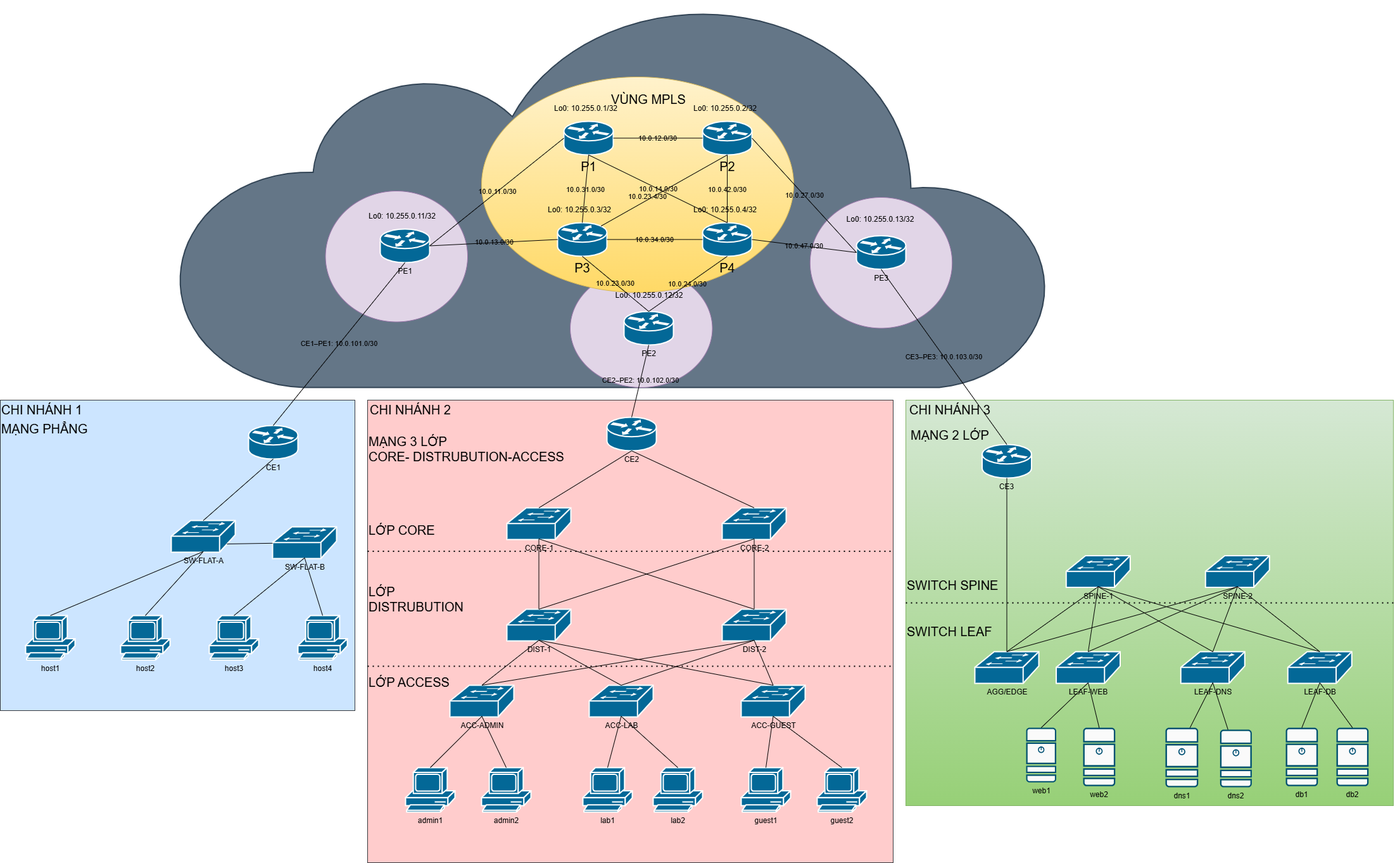
The draw.io diagram image/LOGIC.drawio.png in voanhkhoa2507/52300211_TKM_Final_Report, before a commit. Source tidied: cells renumbered, new cells last; positions are measured from the earlier drawing's top-left corner, leaving out a move shared by most shapes.
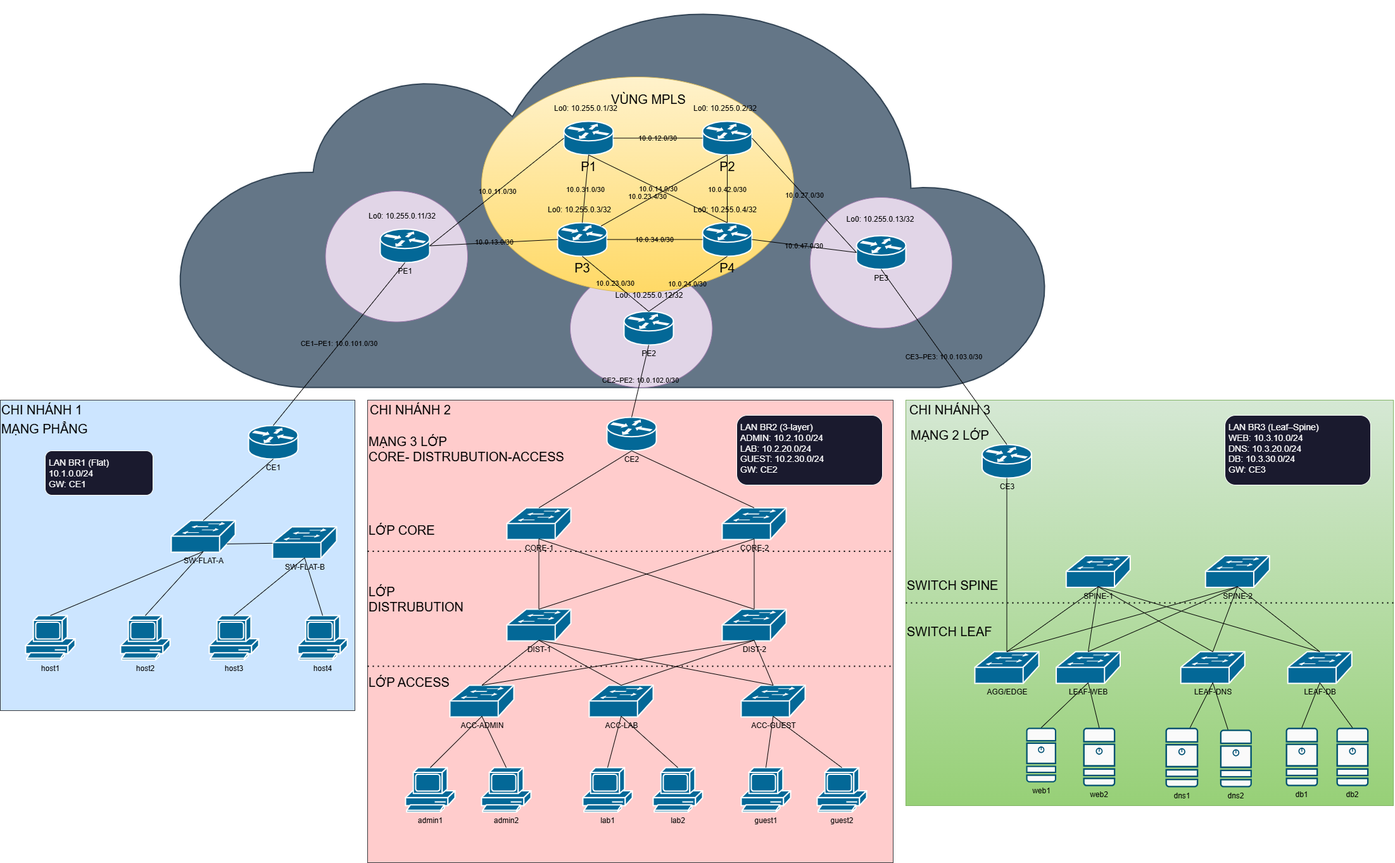
Above is the later version.

What changed in the source:
```diff
@@ -257,12 +257,21 @@
     <mxCell id="86" value="&lt;font style=&quot;font-size: 20px;&quot;&gt;MẠNG PHẲNG&lt;/font&gt;" style="text;html=1;whiteSpace=wrap;strokeColor=none;fillColor=none;align=center;verticalAlign=middle;rounded=0;" parent="1" vertex="1">
       <mxGeometry y="660" width="140" height="30" as="geometry" />
     </mxCell>
+    <mxCell id="127" value="LAN BR1 (Flat)&#10;10.1.0.0/24&#10;GW: CE1" style="rounded=1;whiteSpace=wrap;html=1;fillColor=#1a1a2e;strokeColor=#ffffff;fontColor=#ffffff;align=left;verticalAlign=top;spacing=6;fontSize=14;" parent="1" vertex="1">
+      <mxGeometry x="71" y="710" width="170" height="70" as="geometry" />
+    </mxCell>
     <mxCell id="87" value="&lt;font style=&quot;font-size: 20px;&quot;&gt;MẠNG 3 LỚP&lt;/font&gt;&lt;div&gt;&lt;font style=&quot;font-size: 20px;&quot;&gt;CORE- DISTRUBUTION-ACCESS&lt;/font&gt;&lt;/div&gt;" style="text;html=1;whiteSpace=wrap;strokeColor=none;fillColor=none;align=left;verticalAlign=middle;rounded=0;" parent="1" vertex="1">
       <mxGeometry x="580" y="691.5" width="320" height="30" as="geometry" />
     </mxCell>
+    <mxCell id="128" value="LAN BR2 (3-layer)&#10;ADMIN: 10.2.10.0/24&#10;LAB: 10.2.20.0/24&#10;GUEST: 10.2.30.0/24&#10;GW: CE2" style="rounded=1;whiteSpace=wrap;html=1;fillColor=#1a1a2e;strokeColor=#ffffff;fontColor=#ffffff;align=left;verticalAlign=top;spacing=6;fontSize=14;" parent="1" vertex="1">
+      <mxGeometry x="1163" y="654" width="230" height="110" as="geometry" />
+    </mxCell>
     <mxCell id="88" value="&lt;font style=&quot;font-size: 20px;&quot;&gt;MẠNG 2 LỚP&lt;/font&gt;" style="text;html=1;whiteSpace=wrap;strokeColor=none;fillColor=none;align=center;verticalAlign=middle;rounded=0;" parent="1" vertex="1">
       <mxGeometry x="1430" y="670" width="140" height="30" as="geometry" />
     </mxCell>
+    <mxCell id="129" value="LAN BR3 (Leaf–Spine)&#10;WEB: 10.3.10.0/24&#10;DNS: 10.3.20.0/24&#10;DB: 10.3.30.0/24&#10;GW: CE3" style="rounded=1;whiteSpace=wrap;html=1;fillColor=#1a1a2e;strokeColor=#ffffff;fontColor=#ffffff;align=left;verticalAlign=top;spacing=6;fontSize=14;" parent="1" vertex="1">
+      <mxGeometry x="1934" y="654" width="230" height="110" as="geometry" />
+    </mxCell>
     <mxCell id="89" style="endArrow=none;dashed=1;html=1;dashPattern=1 3;strokeWidth=2;rounded=0;" parent="1" edge="1">
       <mxGeometry relative="1" as="geometry">
         <mxPoint x="580" y="868.6" as="sourcePoint" />
```
